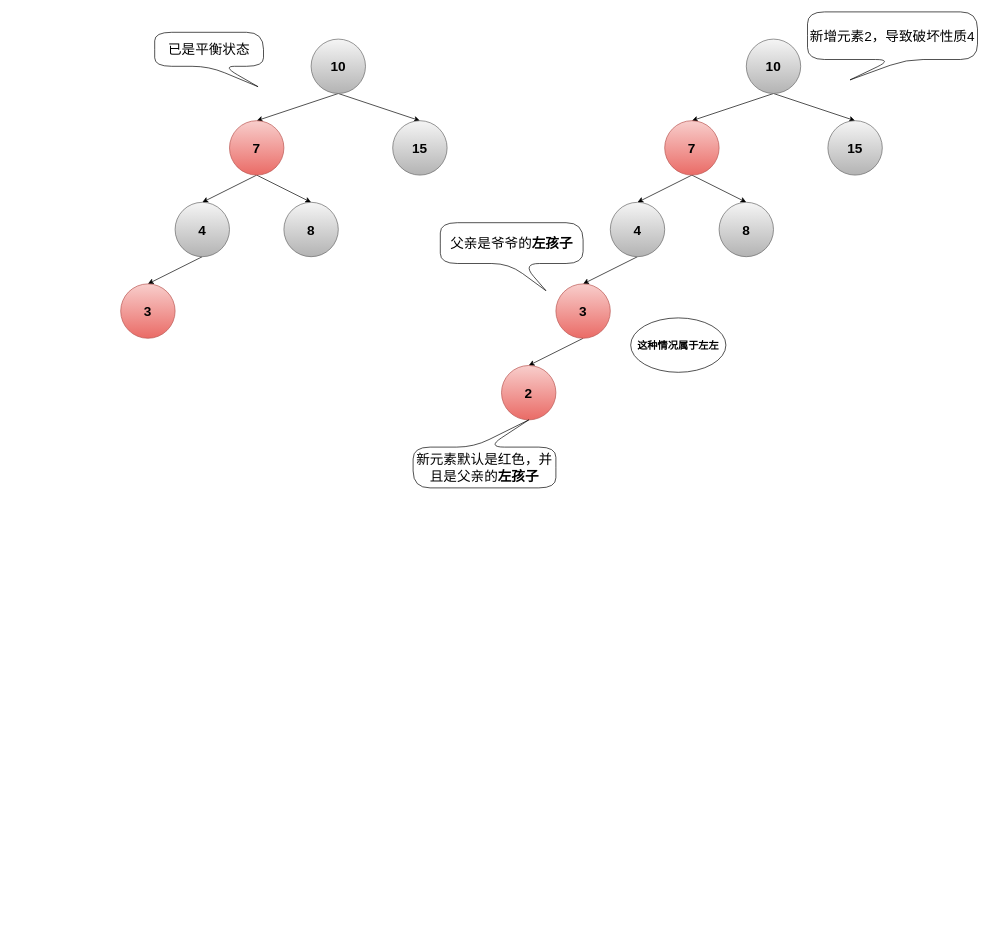
Above: page "左左情况" (3 of 4) of typora/JavaSE/6 集合/drawio/HashMap/红黑树失衡情况.drawio in LDChing0321/JavaLearn (draw.io), before the change. Source tidied: cells renumbered, new cells numbered last; positions are measured from the earlier drawing's top-left corner, leaving out a move shared by most shapes. Both pictures are drawn from the tidied source at 68%, with x=0, y=0 at pixel (120, 12).
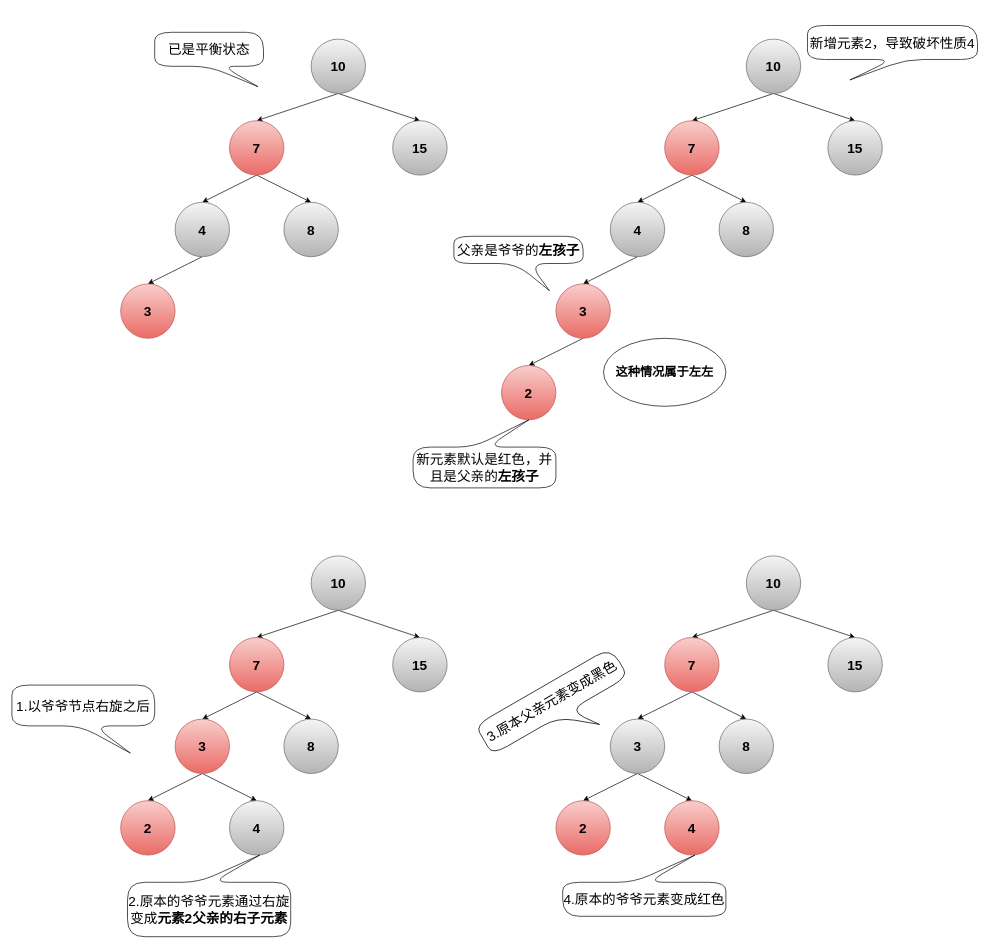
The same page after the edit.

What changed in the source:
```diff
@@
     <mxCell id="26" value="新增元素2，导致破坏性质4" style="shape=callout;whiteSpace=wrap;html=1;perimeter=calloutPerimeter;fontSize=20;rounded=1;arcSize=50;position2=0.25;" parent="1" vertex="1">
-      <mxGeometry x="1010" width="250" height="100" as="geometry" />
+      <mxGeometry x="1010" y="20" width="250" height="80" as="geometry" />
     </mxCell>
@@
-    <mxCell id="28" value="这种情况属于左左" style="ellipse;whiteSpace=wrap;html=1;fontSize=15;fontStyle=1;" parent="1" vertex="1">
-      <mxGeometry x="750" y="450" width="140" height="80" as="geometry" />
+    <mxCell id="28" value="这种情况属于左左" style="ellipse;whiteSpace=wrap;html=1;fontSize=18;fontStyle=1;" parent="1" vertex="1">
+      <mxGeometry x="710" y="480" width="180" height="100" as="geometry" />
     </mxCell>
     <mxCell id="29" value="父亲是爷爷的&lt;b&gt;左孩子&lt;/b&gt;" style="shape=callout;whiteSpace=wrap;html=1;perimeter=calloutPerimeter;fontSize=20;rounded=1;arcSize=50;position2=0.74;size=40;position=0.48;direction=east;" parent="1" vertex="1">
-      <mxGeometry x="470" y="310" width="210" height="100" as="geometry" />
+      <mxGeometry x="490" y="330" width="190" height="80" as="geometry" />
     </mxCell>
@@
+    <mxCell id="31" style="rounded=0;jettySize=auto;html=1;exitX=0.5;exitY=1;exitDx=0;exitDy=0;entryX=0.5;entryY=0;entryDx=0;entryDy=0;fontSize=20;" parent="1" edge="1" source="33" target="36">
+      <mxGeometry relative="1" as="geometry" />
+    </mxCell>
+    <mxCell id="32" style="edgeStyle=none;rounded=0;jettySize=auto;html=1;exitX=0.5;exitY=1;exitDx=0;exitDy=0;entryX=0.5;entryY=0;entryDx=0;entryDy=0;fontSize=20;" parent="1" edge="1" source="33" target="37">
+      <mxGeometry relative="1" as="geometry" />
+    </mxCell>
+    <mxCell id="33" value="&lt;b style=&quot;font-size: 20px;&quot;&gt;10&lt;/b&gt;" style="ellipse;whiteSpace=wrap;html=1;fontSize=20;fillColor=#f5f5f5;gradientColor=#b3b3b3;strokeColor=#666666;" parent="1" vertex="1">
+      <mxGeometry x="280" y="800" width="80" height="80" as="geometry" />
+    </mxCell>
+    <mxCell id="34" style="edgeStyle=none;rounded=0;jettySize=auto;html=1;exitX=0.5;exitY=1;exitDx=0;exitDy=0;entryX=0.5;entryY=0;entryDx=0;entryDy=0;fontSize=20;" parent="1" edge="1" source="36">
+      <mxGeometry relative="1" as="geometry">
+        <mxPoint x="120" y="1040" as="targetPoint" />
+      </mxGeometry>
+    </mxCell>
+    <mxCell id="35" style="edgeStyle=none;rounded=0;jettySize=auto;html=1;exitX=0.5;exitY=1;exitDx=0;exitDy=0;entryX=0.5;entryY=0;entryDx=0;entryDy=0;fontSize=20;" parent="1" edge="1" source="36" target="38">
+      <mxGeometry relative="1" as="geometry" />
+    </mxCell>
+    <mxCell id="36" value="&lt;b style=&quot;font-size: 20px;&quot;&gt;7&lt;/b&gt;" style="ellipse;whiteSpace=wrap;html=1;fontSize=20;fillColor=#f8cecc;strokeColor=#b85450;gradientColor=#ea6b66;" parent="1" vertex="1">
+      <mxGeometry x="160" y="920" width="80" height="80" as="geometry" />
+    </mxCell>
+    <mxCell id="37" value="&lt;b style=&quot;font-size: 20px;&quot;&gt;15&lt;/b&gt;" style="ellipse;whiteSpace=wrap;html=1;fontSize=20;fillColor=#f5f5f5;gradientColor=#b3b3b3;strokeColor=#666666;" parent="1" vertex="1">
+      <mxGeometry x="400" y="920" width="80" height="80" as="geometry" />
+    </mxCell>
+    <mxCell id="38" value="&lt;b style=&quot;font-size: 20px;&quot;&gt;8&lt;/b&gt;" style="ellipse;whiteSpace=wrap;html=1;fontSize=20;fillColor=#f5f5f5;gradientColor=#b3b3b3;strokeColor=#666666;" parent="1" vertex="1">
+      <mxGeometry x="240" y="1040" width="80" height="80" as="geometry" />
+    </mxCell>
+    <mxCell id="39" style="edgeStyle=none;rounded=0;jettySize=auto;html=1;exitX=0.5;exitY=1;exitDx=0;exitDy=0;entryX=0.5;entryY=0;entryDx=0;entryDy=0;fontSize=20;" parent="1" edge="1" source="41" target="42">
+      <mxGeometry relative="1" as="geometry" />
+    </mxCell>
+    <mxCell id="40" style="edgeStyle=none;rounded=0;jettySize=auto;html=1;exitX=0.5;exitY=1;exitDx=0;exitDy=0;entryX=0.5;entryY=0;entryDx=0;entryDy=0;fontSize=20;" parent="1" edge="1" source="41" target="44">
+      <mxGeometry relative="1" as="geometry" />
+    </mxCell>
+    <mxCell id="41" value="&lt;b style=&quot;font-size: 20px;&quot;&gt;3&lt;/b&gt;" style="ellipse;whiteSpace=wrap;html=1;fontSize=20;fillColor=#f8cecc;gradientColor=#ea6b66;strokeColor=#b85450;" parent="1" vertex="1">
+      <mxGeometry x="80" y="1040" width="80" height="80" as="geometry" />
+    </mxCell>
+    <mxCell id="42" value="&lt;b style=&quot;font-size: 20px;&quot;&gt;2&lt;/b&gt;" style="ellipse;whiteSpace=wrap;html=1;fontSize=20;fillColor=#f8cecc;gradientColor=#ea6b66;strokeColor=#b85450;" parent="1" vertex="1">
+      <mxGeometry y="1160" width="80" height="80" as="geometry" />
+    </mxCell>
+    <mxCell id="43" value="1.以爷爷节点右旋之后" style="shape=callout;whiteSpace=wrap;html=1;perimeter=calloutPerimeter;fontSize=20;rounded=1;arcSize=50;position2=0.83;size=40;position=0.48;direction=east;" parent="1" vertex="1">
+      <mxGeometry x="-160" y="990" width="210" height="100" as="geometry" />
+    </mxCell>
+    <mxCell id="44" value="&lt;b style=&quot;font-size: 20px;&quot;&gt;4&lt;/b&gt;" style="ellipse;whiteSpace=wrap;html=1;fontSize=20;fillColor=#f5f5f5;gradientColor=#b3b3b3;strokeColor=#666666;" parent="1" vertex="1">
+      <mxGeometry x="160" y="1160" width="80" height="80" as="geometry" />
+    </mxCell>
+    <mxCell id="45" value="2.原本的爷爷元素通过右旋变成&lt;b&gt;元素2父亲的右子元素&lt;/b&gt;" style="shape=callout;whiteSpace=wrap;html=1;perimeter=calloutPerimeter;fontSize=20;rounded=1;arcSize=50;position2=0.19;size=40;position=0.48;direction=west;" parent="1" vertex="1">
+      <mxGeometry x="10" y="1240" width="240" height="120" as="geometry" />
+    </mxCell>
+    <mxCell id="46" style="rounded=0;jettySize=auto;html=1;exitX=0.5;exitY=1;exitDx=0;exitDy=0;entryX=0.5;entryY=0;entryDx=0;entryDy=0;fontSize=20;" parent="1" edge="1" source="48" target="51">
+      <mxGeometry relative="1" as="geometry" />
+    </mxCell>
+    <mxCell id="47" style="edgeStyle=none;rounded=0;jettySize=auto;html=1;exitX=0.5;exitY=1;exitDx=0;exitDy=0;entryX=0.5;entryY=0;entryDx=0;entryDy=0;fontSize=20;" parent="1" edge="1" source="48" target="52">
+      <mxGeometry relative="1" as="geometry" />
+    </mxCell>
+    <mxCell id="48" value="&lt;b style=&quot;font-size: 20px;&quot;&gt;10&lt;/b&gt;" style="ellipse;whiteSpace=wrap;html=1;fontSize=20;fillColor=#f5f5f5;gradientColor=#b3b3b3;strokeColor=#666666;" parent="1" vertex="1">
+      <mxGeometry x="920" y="800" width="80" height="80" as="geometry" />
+    </mxCell>
+    <mxCell id="49" style="edgeStyle=none;rounded=0;jettySize=auto;html=1;exitX=0.5;exitY=1;exitDx=0;exitDy=0;entryX=0.5;entryY=0;entryDx=0;entryDy=0;fontSize=20;" parent="1" edge="1" source="51">
+      <mxGeometry relative="1" as="geometry">
+        <mxPoint x="760" y="1040" as="targetPoint" />
+      </mxGeometry>
+    </mxCell>
+    <mxCell id="50" style="edgeStyle=none;rounded=0;jettySize=auto;html=1;exitX=0.5;exitY=1;exitDx=0;exitDy=0;entryX=0.5;entryY=0;entryDx=0;entryDy=0;fontSize=20;" parent="1" edge="1" source="51" target="53">
+      <mxGeometry relative="1" as="geometry" />
+    </mxCell>
+    <mxCell id="51" value="&lt;b style=&quot;font-size: 20px;&quot;&gt;7&lt;/b&gt;" style="ellipse;whiteSpace=wrap;html=1;fontSize=20;fillColor=#f8cecc;strokeColor=#b85450;gradientColor=#ea6b66;" parent="1" vertex="1">
+      <mxGeometry x="800" y="920" width="80" height="80" as="geometry" />
+    </mxCell>
+    <mxCell id="52" value="&lt;b style=&quot;font-size: 20px;&quot;&gt;15&lt;/b&gt;" style="ellipse;whiteSpace=wrap;html=1;fontSize=20;fillColor=#f5f5f5;gradientColor=#b3b3b3;strokeColor=#666666;" parent="1" vertex="1">
+      <mxGeometry x="1040" y="920" width="80" height="80" as="geometry" />
+    </mxCell>
+    <mxCell id="53" value="&lt;b style=&quot;font-size: 20px;&quot;&gt;8&lt;/b&gt;" style="ellipse;whiteSpace=wrap;html=1;fontSize=20;fillColor=#f5f5f5;gradientColor=#b3b3b3;strokeColor=#666666;" parent="1" vertex="1">
+      <mxGeometry x="880" y="1040" width="80" height="80" as="geometry" />
+    </mxCell>
+    <mxCell id="54" style="edgeStyle=none;rounded=0;jettySize=auto;html=1;exitX=0.5;exitY=1;exitDx=0;exitDy=0;entryX=0.5;entryY=0;entryDx=0;entryDy=0;fontSize=20;" parent="1" edge="1" source="56" target="57">
+      <mxGeometry relative="1" as="geometry" />
+    </mxCell>
+    <mxCell id="55" style="edgeStyle=none;rounded=0;jettySize=auto;html=1;exitX=0.5;exitY=1;exitDx=0;exitDy=0;entryX=0.5;entryY=0;entryDx=0;entryDy=0;fontSize=20;" parent="1" edge="1" source="56" target="58">
+      <mxGeometry relative="1" as="geometry" />
+    </mxCell>
+    <mxCell id="56" value="&lt;b style=&quot;font-size: 20px;&quot;&gt;3&lt;/b&gt;" style="ellipse;whiteSpace=wrap;html=1;fontSize=20;fillColor=#f5f5f5;gradientColor=#b3b3b3;strokeColor=#666666;" parent="1" vertex="1">
+      <mxGeometry x="720" y="1040" width="80" height="80" as="geometry" />
+    </mxCell>
+    <mxCell id="57" value="&lt;b style=&quot;font-size: 20px;&quot;&gt;2&lt;/b&gt;" style="ellipse;whiteSpace=wrap;html=1;fontSize=20;fillColor=#f8cecc;gradientColor=#ea6b66;strokeColor=#b85450;" parent="1" vertex="1">
+      <mxGeometry x="640" y="1160" width="80" height="80" as="geometry" />
+    </mxCell>
+    <mxCell id="58" value="&lt;b style=&quot;font-size: 20px;&quot;&gt;4&lt;/b&gt;" style="ellipse;whiteSpace=wrap;html=1;fontSize=20;fillColor=#f8cecc;gradientColor=#ea6b66;strokeColor=#b85450;" parent="1" vertex="1">
+      <mxGeometry x="800" y="1160" width="80" height="80" as="geometry" />
+    </mxCell>
+    <mxCell id="59" value="3.原本父亲元素变成黑色" style="shape=callout;whiteSpace=wrap;html=1;perimeter=calloutPerimeter;fontSize=20;rounded=1;arcSize=50;position2=0.69;size=40;position=0.48;direction=east;rotation=-30;" parent="1" vertex="1">
+      <mxGeometry x="528.8" y="985.7" width="230" height="90" as="geometry" />
+    </mxCell>
+    <mxCell id="60" value="4.原本的爷爷元素变成红色" style="shape=callout;whiteSpace=wrap;html=1;perimeter=calloutPerimeter;fontSize=20;rounded=1;arcSize=50;position2=0.19;size=40;position=0.48;direction=west;" parent="1" vertex="1">
+      <mxGeometry x="650" y="1240" width="240" height="90" as="geometry" />
+    </mxCell>
```
